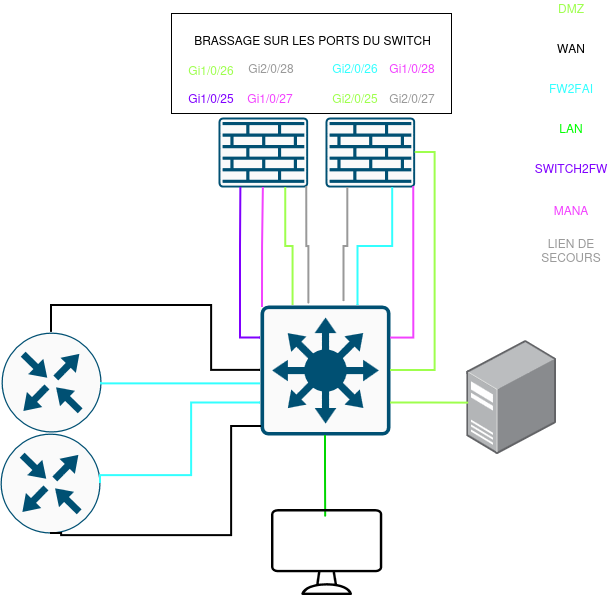
Before: docs/assets/SchemaPhyDMZ.drawio.png, a diagram exported from draw.io (DSISportLudique/SportLudique2Doc). Source tidied: cells renumbered, new cells last; positions are measured from the earlier drawing's top-left corner, leaving out a move shared by most shapes.
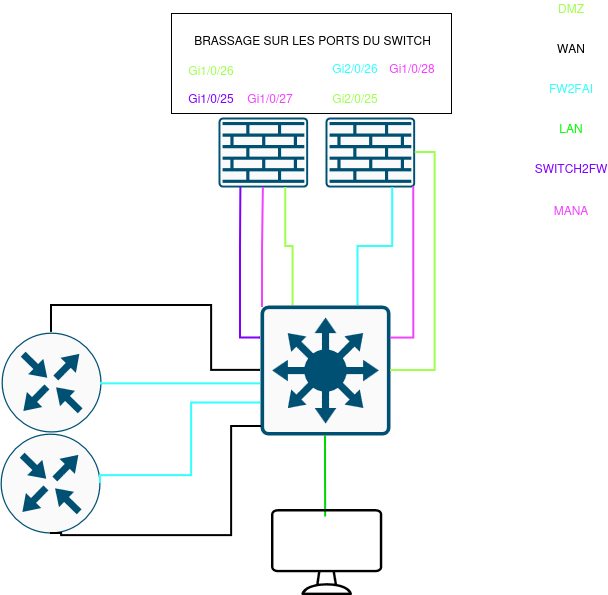
Above is the later version.

Commit message:
schema physique dmz

Diff of the diagram source:
```diff
@@ -20,12 +20,6 @@
     <mxCell id="7" style="edgeStyle=orthogonalEdgeStyle;rounded=0;jettySize=auto;html=1;exitX=1;exitY=0.5;exitDx=0;exitDy=0;exitPerimeter=0;entryX=1;entryY=0.5;entryDx=0;entryDy=0;entryPerimeter=0;endArrow=none;endFill=0;strokeColor=#9EFF4D;strokeWidth=2;" parent="1" edge="1" source="4" target="3">
       <mxGeometry relative="1" as="geometry" />
     </mxCell>
-    <mxCell id="8" style="image;points=[];html=1;align=center;shadow=0;dashed=0;image=img/lib/allied_telesis/computer_and_terminals/Server_Desktop.svg;" parent="1" vertex="1">
-      <mxGeometry x="466.4" y="340.2" width="89.6" height="113.6" as="geometry" />
-    </mxCell>
-    <mxCell id="9" style="edgeStyle=orthogonalEdgeStyle;rounded=0;jettySize=auto;html=1;exitX=1;exitY=0.75;exitDx=0;exitDy=0;exitPerimeter=0;entryX=0.021;entryY=0.55;entryDx=0;entryDy=0;entryPerimeter=0;endArrow=none;endFill=0;strokeColor=#9EFF4D;strokeWidth=2;" parent="1" edge="1" source="3" target="8">
-      <mxGeometry relative="1" as="geometry" />
-    </mxCell>
     <mxCell id="10" style="sketch=0;points=[[0.5,0,0],[1,0.5,0],[0.5,1,0],[0,0.5,0],[0.145,0.145,0],[0.8555,0.145,0],[0.855,0.8555,0],[0.145,0.855,0]];verticalLabelPosition=bottom;html=1;verticalAlign=top;align=center;shape=mxgraph.cisco19.rect;prIcon=router;fillColor=#FAFAFA;strokeColor=#005073;" parent="1" vertex="1">
       <mxGeometry y="433" width="100" height="100" as="geometry" />
     </mxCell>
@@ -92,12 +86,6 @@
         </Array>
       </mxGeometry>
     </mxCell>
-    <mxCell id="25" style="edgeStyle=orthogonalEdgeStyle;rounded=0;jettySize=auto;html=1;exitX=0.25;exitY=1;exitDx=0;exitDy=0;exitPerimeter=0;entryX=0.643;entryY=-0.03;entryDx=0;entryDy=0;entryPerimeter=0;endArrow=none;endFill=0;strokeWidth=2;strokeColor=#999999;" parent="1" edge="1" source="4" target="3">
-      <mxGeometry relative="1" as="geometry" />
-    </mxCell>
-    <mxCell id="26" style="edgeStyle=orthogonalEdgeStyle;rounded=0;jettySize=auto;html=1;exitX=0.985;exitY=0.985;exitDx=0;exitDy=0;exitPerimeter=0;entryX=0.372;entryY=-0.012;entryDx=0;entryDy=0;entryPerimeter=0;endArrow=none;endFill=0;strokeWidth=2;strokeColor=#999999;" parent="1" edge="1" source="21" target="3">
-      <mxGeometry relative="1" as="geometry" />
-    </mxCell>
     <mxCell id="27" style="edgeStyle=orthogonalEdgeStyle;rounded=0;jettySize=auto;html=1;exitX=1;exitY=0.25;exitDx=0;exitDy=0;exitPerimeter=0;entryX=0.985;entryY=0.985;entryDx=0;entryDy=0;entryPerimeter=0;strokeWidth=2;endArrow=none;endFill=0;strokeColor=#F242FF;" parent="1" edge="1" source="3" target="4">
       <mxGeometry relative="1" as="geometry" />
     </mxCell>
@@ -107,18 +95,9 @@
     <mxCell id="29" value="&lt;span style=&quot;color: rgb(242, 66, 255);&quot;&gt;MANA&lt;/span&gt;" style="text;html=1;whiteSpace=wrap;strokeColor=none;fillColor=none;align=center;verticalAlign=middle;rounded=0;" parent="1" vertex="1">
       <mxGeometry x="541" y="195" width="60" height="30" as="geometry" />
     </mxCell>
-    <mxCell id="30" value="&lt;span style=&quot;color: rgb(153, 153, 153);&quot;&gt;LIEN DE SECOURS&lt;/span&gt;" style="text;html=1;whiteSpace=wrap;strokeColor=none;fillColor=none;align=center;verticalAlign=middle;rounded=0;" parent="1" vertex="1">
-      <mxGeometry x="541" y="235" width="60" height="30" as="geometry" />
-    </mxCell>
-    <mxCell id="31" value="&lt;span style=&quot;color: rgb(153, 153, 153);&quot;&gt;Gi2/0/28&lt;/span&gt;" style="text;html=1;whiteSpace=wrap;strokeColor=none;fillColor=none;align=center;verticalAlign=middle;rounded=0;" parent="1" vertex="1">
-      <mxGeometry x="241" y="53" width="60" height="30" as="geometry" />
-    </mxCell>
     <mxCell id="32" value="&lt;span style=&quot;color: rgb(158, 255, 77);&quot;&gt;Gi2/0/25&lt;/span&gt;" style="text;html=1;whiteSpace=wrap;strokeColor=none;fillColor=none;align=center;verticalAlign=middle;rounded=0;" parent="1" vertex="1">
       <mxGeometry x="325" y="83" width="60" height="30" as="geometry" />
     </mxCell>
-    <mxCell id="33" value="&lt;span style=&quot;color: rgb(153, 153, 153);&quot;&gt;Gi2/0/27&lt;/span&gt;" style="text;html=1;whiteSpace=wrap;strokeColor=none;fillColor=none;align=center;verticalAlign=middle;rounded=0;" parent="1" vertex="1">
-      <mxGeometry x="382" y="83" width="60" height="30" as="geometry" />
-    </mxCell>
     <mxCell id="34" value="&lt;span style=&quot;color: rgb(51, 255, 255);&quot;&gt;Gi2/0/26&lt;/span&gt;" style="text;html=1;whiteSpace=wrap;strokeColor=none;fillColor=none;align=center;verticalAlign=middle;rounded=0;" parent="1" vertex="1">
       <mxGeometry x="325" y="53" width="60" height="30" as="geometry" />
     </mxCell>
```
